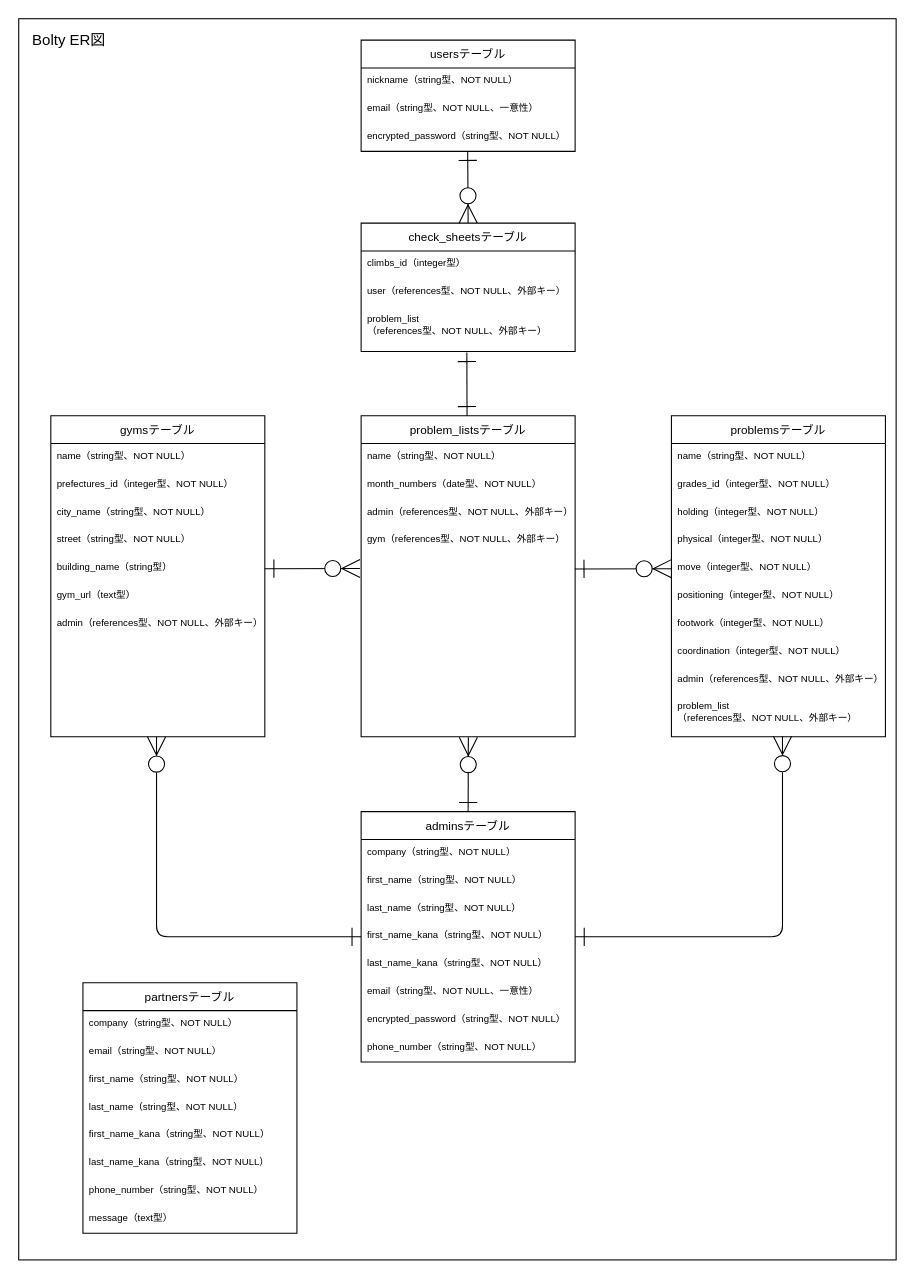
Above: ER.drawio in kazukiwada01/bolty (draw.io), before the change. Source tidied: cells renumbered, new cells numbered last; positions are measured from the earlier drawing's top-left corner, leaving out a move shared by most shapes. Both pictures are drawn from the tidied source at 107%, with x=0, y=0 at pixel (18, 18).
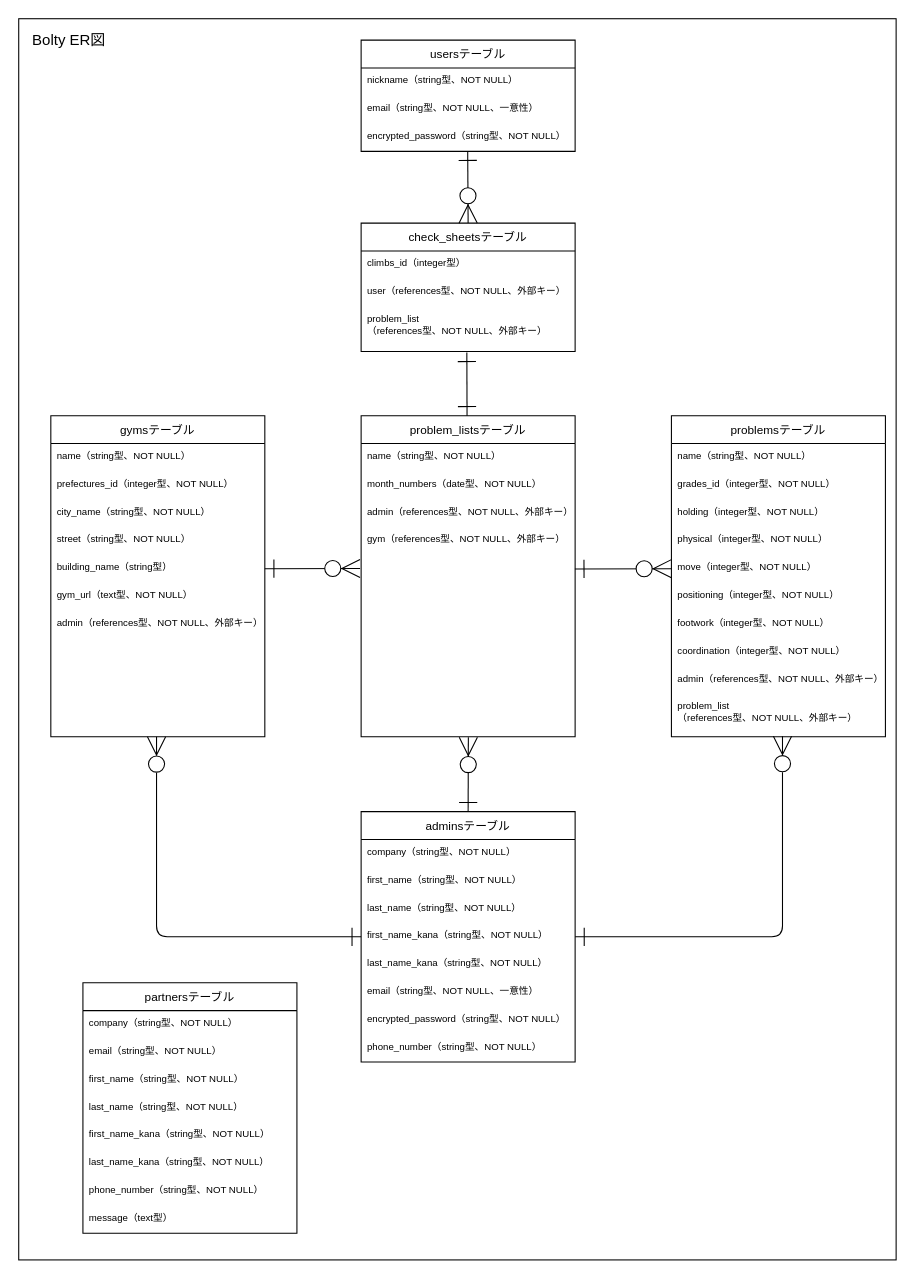
The same page after the edit.

Unchanged cells that the change refers to:
```xml
<mxCell id="37" value="gymsテーブル" style="swimlane;fontStyle=0;horizontal=1;startSize=26;fontSize=11;fillColor=#FFFFFF;fontColor=#000000;strokeColor=#000000;" parent="1" vertex="1">
  <mxGeometry x="30" y="371" width="200" height="300" as="geometry" />
</mxCell>
```

What changed in the source:
```diff
@@
-    <mxCell id="43" value="gym_url（text型）" style="text;strokeColor=none;fillColor=none;align=left;verticalAlign=top;spacingLeft=4;spacingRight=4;overflow=hidden;fontColor=#000000;fontSize=9;" parent="37" vertex="1">
+    <mxCell id="43" value="gym_url（text型、NOT NULL）" style="text;strokeColor=none;fillColor=none;align=left;verticalAlign=top;spacingLeft=4;spacingRight=4;overflow=hidden;fontColor=#000000;fontSize=9;" parent="37" vertex="1">
       <mxGeometry y="156" width="200" height="26" as="geometry" />
     </mxCell>
```
